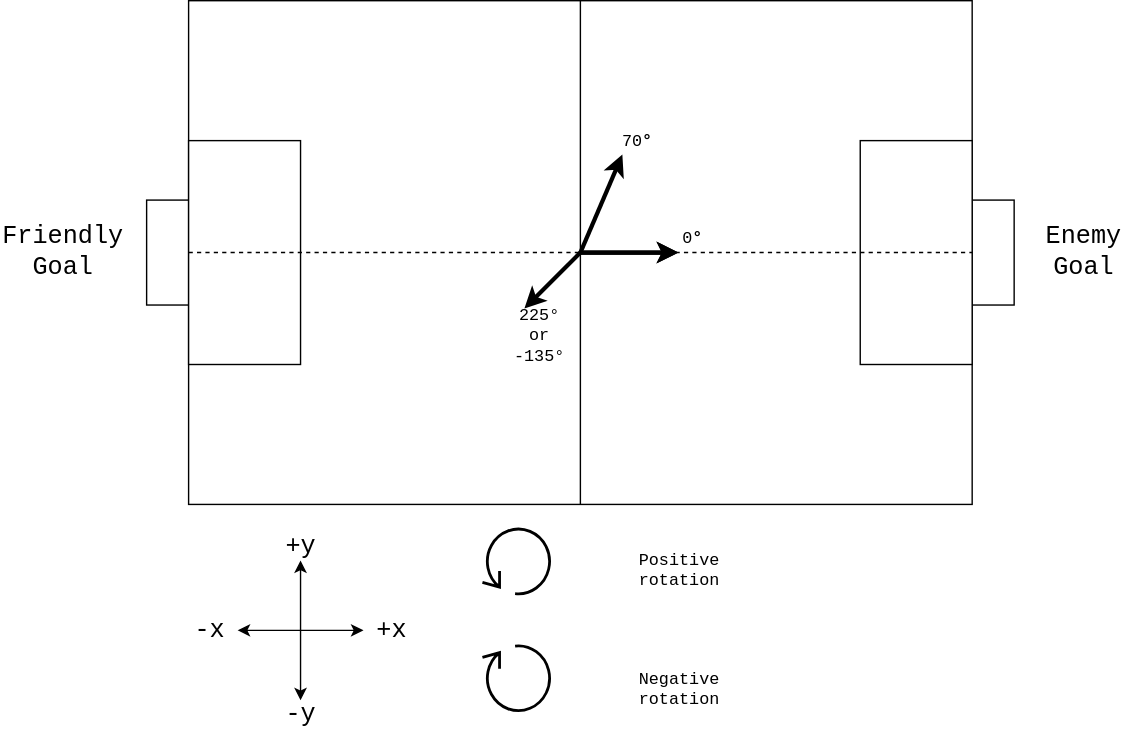
The draw.io diagram docs/images/angle_convention_diagram.svg in UBC-Thunderbots/Software, before a commit. Source tidied: cells renumbered, new cells last; positions are measured from the earlier drawing's top-left corner, leaving out a move shared by most shapes.
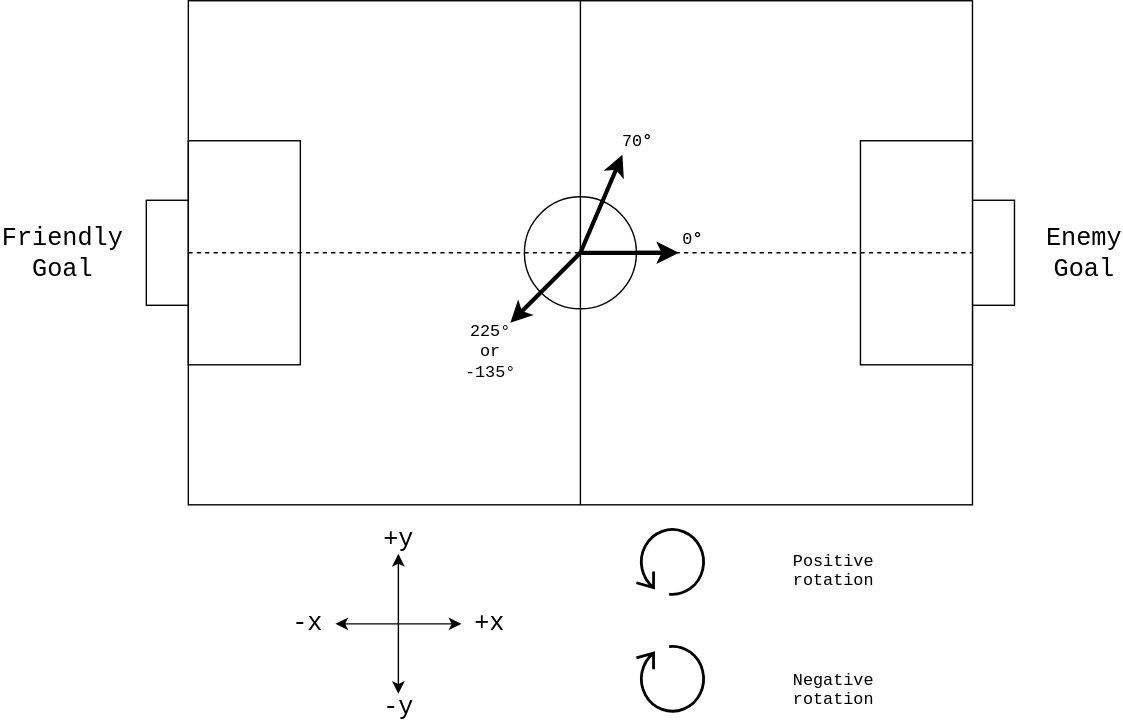
Later version of the same file.

The edit, as a diff of the source:
```diff
@@ -11,9 +11,6 @@
     <mxCell id="4" style="rounded=0;whiteSpace=wrap;html=1;" parent="1" vertex="1">
       <mxGeometry x="670" y="142.5" width="30" height="75" as="geometry" />
     </mxCell>
-    <mxCell id="5" style="endArrow=none;html=1;entryX=0.5;entryY=0;entryDx=0;entryDy=0;exitX=0.5;exitY=1;exitDx=0;exitDy=0;" parent="1" edge="1" source="2" target="2">
-      <mxGeometry relative="1" as="geometry" />
-    </mxCell>
     <mxCell id="6" style="rounded=0;whiteSpace=wrap;html=1;" parent="1" vertex="1">
       <mxGeometry x="110" y="100" width="80" height="160" as="geometry" />
     </mxCell>
@@ -28,29 +25,29 @@
     </mxCell>
     <mxCell id="10" style="endArrow=classic;startArrow=classic;html=1;fontFamily=Courier New;fontSize=18;" parent="1" edge="1">
       <mxGeometry relative="1" as="geometry">
-        <mxPoint x="145" y="450" as="sourcePoint" />
-        <mxPoint x="235" y="450" as="targetPoint" />
+        <mxPoint x="215" y="445" as="sourcePoint" />
+        <mxPoint x="305" y="445" as="targetPoint" />
       </mxGeometry>
     </mxCell>
     <mxCell id="11" style="endArrow=classic;startArrow=classic;html=1;fontFamily=Courier New;fontSize=18;" parent="1" edge="1">
       <mxGeometry relative="1" as="geometry">
-        <mxPoint x="190" y="400" as="sourcePoint" />
-        <mxPoint x="190" y="500" as="targetPoint" />
+        <mxPoint x="260" y="395" as="sourcePoint" />
+        <mxPoint x="260" y="495" as="targetPoint" />
       </mxGeometry>
     </mxCell>
     <mxCell id="12" value="+x" style="text;html=1;strokeColor=none;fillColor=none;align=center;verticalAlign=middle;whiteSpace=wrap;rounded=0;fontFamily=Courier New;fontSize=18;" parent="1" vertex="1">
-      <mxGeometry x="240" y="440" width="30" height="20" as="geometry" />
+      <mxGeometry x="310" y="435" width="30" height="20" as="geometry" />
     </mxCell>
     <mxCell id="13" value="-x" style="text;html=1;strokeColor=none;fillColor=none;align=center;verticalAlign=middle;whiteSpace=wrap;rounded=0;fontFamily=Courier New;fontSize=18;" parent="1" vertex="1">
-      <mxGeometry x="110" y="440" width="30" height="20" as="geometry" />
+      <mxGeometry x="180" y="435" width="30" height="20" as="geometry" />
     </mxCell>
     <mxCell id="14" value="+y" style="text;html=1;strokeColor=none;fillColor=none;align=center;verticalAlign=middle;whiteSpace=wrap;rounded=0;fontFamily=Courier New;fontSize=18;" parent="1" vertex="1">
-      <mxGeometry x="175" y="380" width="30" height="20" as="geometry" />
+      <mxGeometry x="245" y="375" width="30" height="20" as="geometry" />
     </mxCell>
     <mxCell id="15" value="-y" style="text;html=1;strokeColor=none;fillColor=none;align=center;verticalAlign=middle;whiteSpace=wrap;rounded=0;fontFamily=Courier New;fontSize=18;" parent="1" vertex="1">
-      <mxGeometry x="175" y="500" width="30" height="20" as="geometry" />
+      <mxGeometry x="245" y="495" width="30" height="20" as="geometry" />
     </mxCell>
-    <mxCell id="16" style="endArrow=none;dashed=1;html=1;entryX=1;entryY=0.5;entryDx=0;entryDy=0;exitX=0;exitY=0.5;exitDx=0;exitDy=0;jumpSize=15;strokeWidth=1;" parent="1" edge="1" source="6" target="7">
+    <mxCell id="16" style="endArrow=none;dashed=1;html=1;entryX=1;entryY=0.5;entryDx=0;entryDy=0;exitX=0;exitY=0.5;exitDx=0;exitDy=0;jumpSize=15;strokeWidth=1;" parent="1" edge="1" source="28" target="7">
       <mxGeometry relative="1" as="geometry" />
     </mxCell>
     <mxCell id="17" style="endArrow=classic;html=1;strokeWidth=3;" parent="1" edge="1">
@@ -62,41 +59,50 @@
     <mxCell id="18" value="0&lt;b&gt;°&lt;/b&gt;" style="text;html=1;strokeColor=none;fillColor=none;align=center;verticalAlign=middle;whiteSpace=wrap;rounded=0;fontFamily=Courier New;" parent="1" vertex="1">
       <mxGeometry x="450" y="160" width="40" height="20" as="geometry" />
     </mxCell>
-    <mxCell id="19" style="endArrow=classic;html=1;strokeWidth=3;" parent="1" edge="1">
-      <mxGeometry relative="1" as="geometry">
-        <mxPoint x="390" y="180" as="sourcePoint" />
-        <mxPoint x="460" y="180" as="targetPoint" />
-      </mxGeometry>
-    </mxCell>
-    <mxCell id="20" style="endArrow=classic;html=1;strokeWidth=3;fontFamily=Courier New;" parent="1" edge="1">
-      <mxGeometry relative="1" as="geometry">
-        <mxPoint x="390" y="180" as="sourcePoint" />
-        <mxPoint x="350" y="220" as="targetPoint" />
-      </mxGeometry>
-    </mxCell>
     <mxCell id="21" value="225°&lt;br&gt;or&lt;br&gt;-135°" style="text;html=1;strokeColor=none;fillColor=none;align=center;verticalAlign=middle;whiteSpace=wrap;rounded=0;fontFamily=Courier New;" parent="1" vertex="1">
-      <mxGeometry x="340" y="230" width="40" height="20" as="geometry" />
+      <mxGeometry x="305" y="240" width="40" height="20" as="geometry" />
     </mxCell>
-    <mxCell id="22" style="endArrow=classic;html=1;strokeWidth=3;fontFamily=Courier New;" parent="1" edge="1">
-      <mxGeometry relative="1" as="geometry">
-        <mxPoint x="390" y="180" as="sourcePoint" />
-        <mxPoint x="420" y="110" as="targetPoint" />
-      </mxGeometry>
-    </mxCell>
     <mxCell id="23" value="70&lt;b&gt;°&lt;/b&gt;" style="text;html=1;strokeColor=none;fillColor=none;align=center;verticalAlign=middle;whiteSpace=wrap;rounded=0;fontFamily=Courier New;" parent="1" vertex="1">
       <mxGeometry x="410" y="90" width="40" height="20" as="geometry" />
     </mxCell>
     <mxCell id="24" style="shape=mxgraph.bpmn.loop;html=1;fontFamily=Courier New;strokeWidth=2;" parent="1" vertex="1">
-      <mxGeometry x="320" y="375" width="50" height="50" as="geometry" />
+      <mxGeometry x="430" y="375" width="50" height="50" as="geometry" />
     </mxCell>
     <mxCell id="25" style="shape=mxgraph.bpmn.loop;html=1;fontFamily=Courier New;fontStyle=0;flipV=1;strokeWidth=2;" parent="1" vertex="1">
-      <mxGeometry x="320" y="460" width="50" height="50" as="geometry" />
+      <mxGeometry x="430" y="460" width="50" height="50" as="geometry" />
     </mxCell>
     <mxCell id="26" value="Positive rotation" style="text;html=1;strokeColor=none;fillColor=none;align=center;verticalAlign=middle;whiteSpace=wrap;rounded=0;fontFamily=Courier New;" parent="1" vertex="1">
-      <mxGeometry x="380" y="390" width="160" height="20" as="geometry" />
+      <mxGeometry x="490" y="390" width="160" height="20" as="geometry" />
     </mxCell>
     <mxCell id="27" value="Negative rotation" style="text;html=1;strokeColor=none;fillColor=none;align=center;verticalAlign=middle;whiteSpace=wrap;rounded=0;fontFamily=Courier New;" parent="1" vertex="1">
-      <mxGeometry x="395" y="475" width="130" height="20" as="geometry" />
+      <mxGeometry x="505" y="475" width="130" height="20" as="geometry" />
     </mxCell>
+    <mxCell id="28" style="ellipse;whiteSpace=wrap;html=1;" parent="1" vertex="1">
+      <mxGeometry x="350" y="140" width="80" height="80" as="geometry" />
+    </mxCell>
+    <mxCell id="29" style="endArrow=none;dashed=1;html=1;entryX=1;entryY=0.5;entryDx=0;entryDy=0;exitX=0;exitY=0.5;exitDx=0;exitDy=0;jumpSize=15;strokeWidth=1;" parent="1" edge="1" source="6" target="28">
+      <mxGeometry relative="1" as="geometry" />
+    </mxCell>
+    <mxCell id="5" style="endArrow=none;html=1;entryX=0.5;entryY=0;entryDx=0;entryDy=0;exitX=0.5;exitY=1;exitDx=0;exitDy=0;" parent="1" edge="1" source="2" target="2">
+      <mxGeometry relative="1" as="geometry" />
+    </mxCell>
+    <mxCell id="22" style="endArrow=classic;html=1;strokeWidth=3;fontFamily=Courier New;" parent="1" edge="1">
+      <mxGeometry relative="1" as="geometry">
+        <mxPoint x="390" y="180" as="sourcePoint" />
+        <mxPoint x="420" y="110" as="targetPoint" />
+      </mxGeometry>
+    </mxCell>
+    <mxCell id="19" style="endArrow=classic;html=1;strokeWidth=3;" parent="1" edge="1">
+      <mxGeometry relative="1" as="geometry">
+        <mxPoint x="390" y="180" as="sourcePoint" />
+        <mxPoint x="460" y="180" as="targetPoint" />
+      </mxGeometry>
+    </mxCell>
+    <mxCell id="30" style="endArrow=classic;html=1;strokeWidth=3;fontFamily=Courier New;" parent="1" edge="1">
+      <mxGeometry relative="1" as="geometry">
+        <mxPoint x="390" y="180" as="sourcePoint" />
+        <mxPoint x="340" y="230" as="targetPoint" />
+      </mxGeometry>
+    </mxCell>
   </root>
 </mxGraphModel>
```
